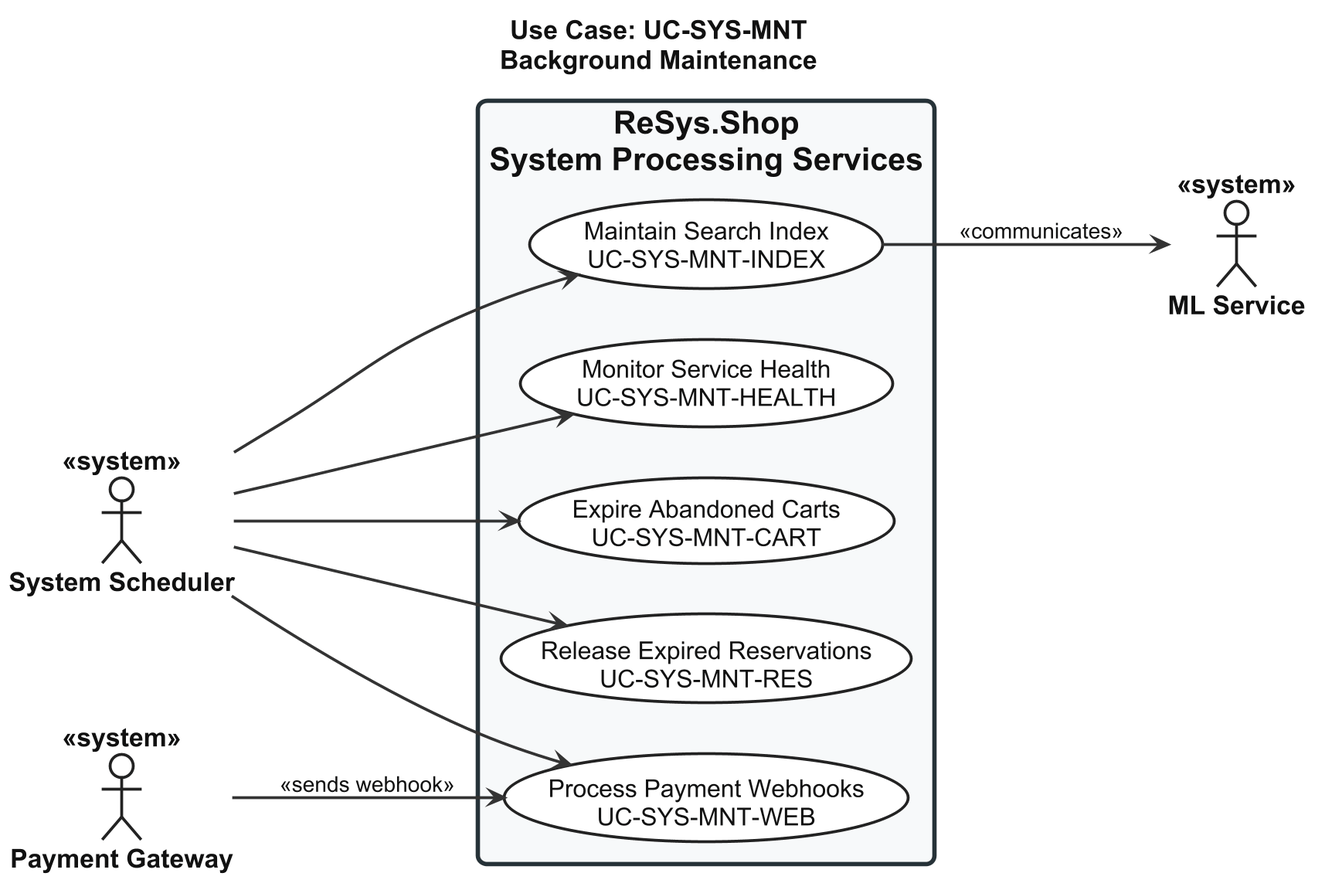
Above: thesis/figures/chapters/part2/ch2-design/02-use-cases/diagrams/P2S2.2.2_usecase-background-maintenance.png in qingfa-dev/ReSys.Shop (PlantUML), before the change.
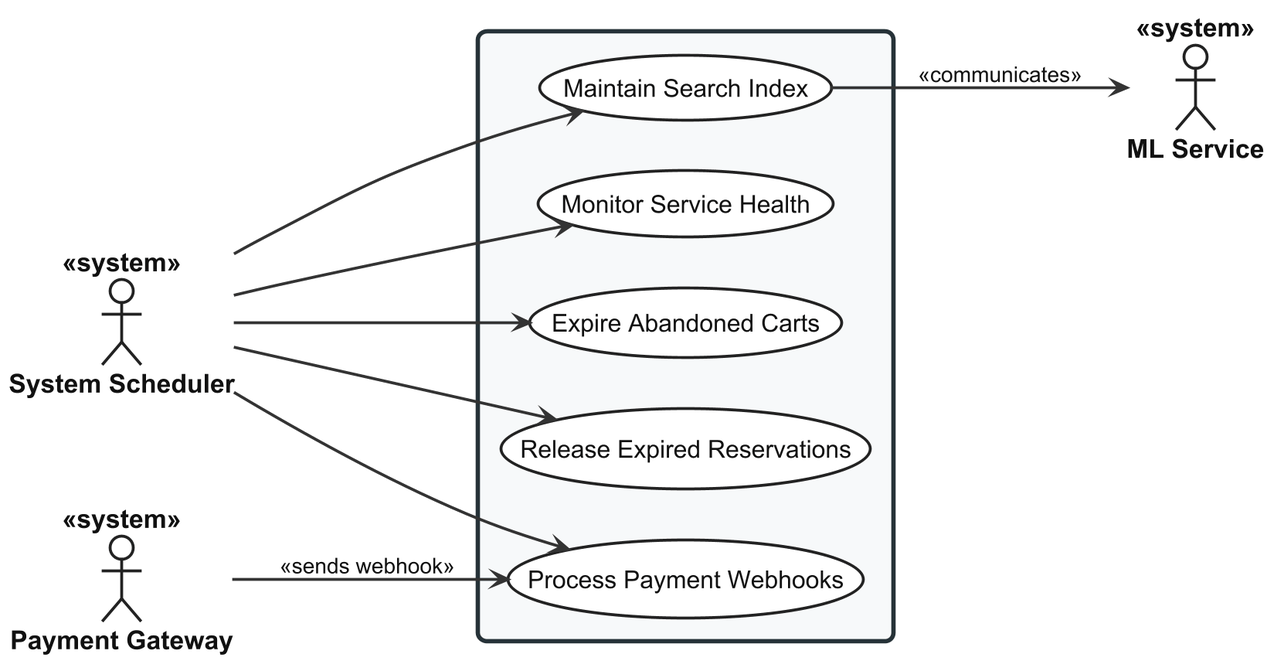
Later version of the same file.

What changed in the source:
```diff
@@ -56,23 +56,22 @@
 
 </style>
 
-title Use Case: UC-SYS-MNT\nBackground Maintenance
 
 actor "System Scheduler" as Scheduler <<system>>
 actor "ML Service" as ML <<system>>
 actor "Payment Gateway" as Gateway <<system>>
 
-rectangle "ReSys.Shop\nSystem Processing Services" {
+rectangle {
 
-  usecase "Monitor Service Health\nUC-SYS-MNT-HEALTH" as UC_HEALTH
+  usecase "Monitor Service Health" as UC_HEALTH
 
-  usecase "Expire Abandoned Carts\nUC-SYS-MNT-CART" as UC_CARTS
+  usecase "Expire Abandoned Carts" as UC_CARTS
 
-  usecase "Release Expired Reservations\nUC-SYS-MNT-RES" as UC_RES
+  usecase "Release Expired Reservations" as UC_RES
 
-  usecase "Process Payment Webhooks\nUC-SYS-MNT-WEB" as UC_WEB
+  usecase "Process Payment Webhooks" as UC_WEB
 
-  usecase "Maintain Search Index\nUC-SYS-MNT-INDEX" as UC_INDEX
+  usecase "Maintain Search Index" as UC_INDEX
 
 }
 
```
